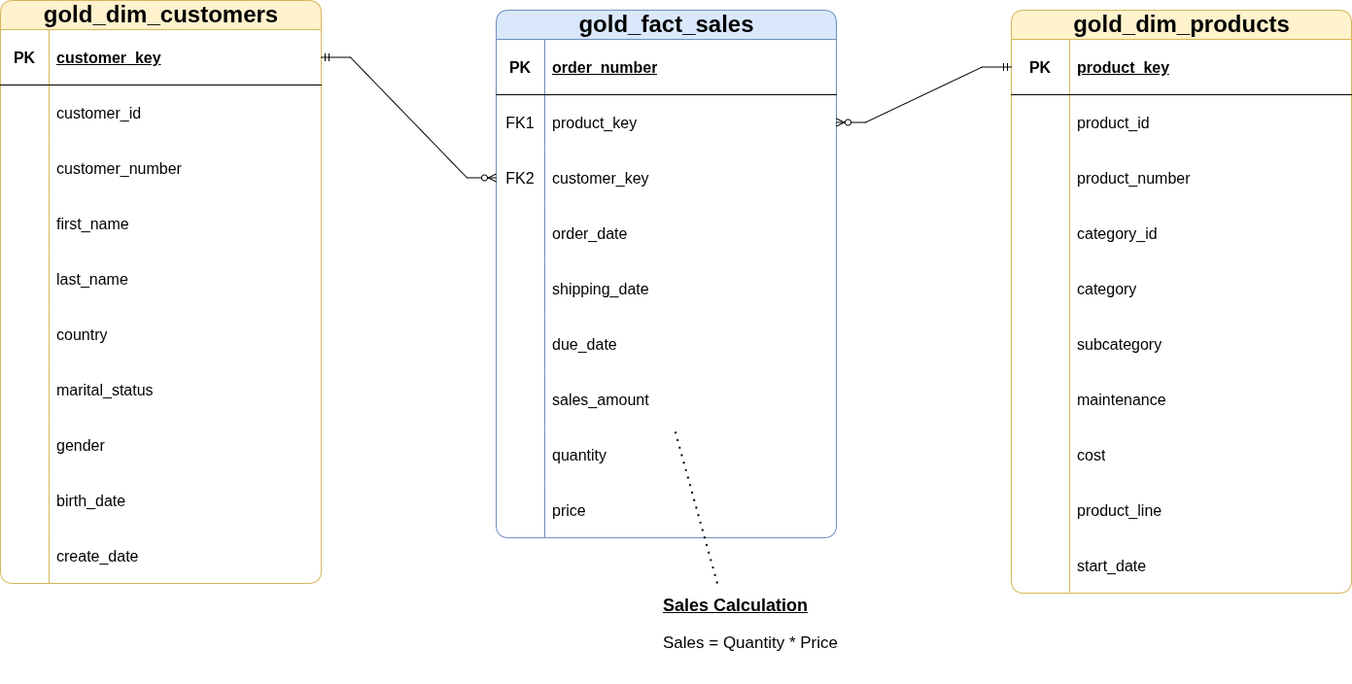
Before: documents/Data_Model.png, a diagram exported from draw.io (DominicSamoes/data_warehouse). Source tidied: cells renumbered, new cells last; positions are measured from the earlier drawing's top-left corner, leaving out a move shared by most shapes.
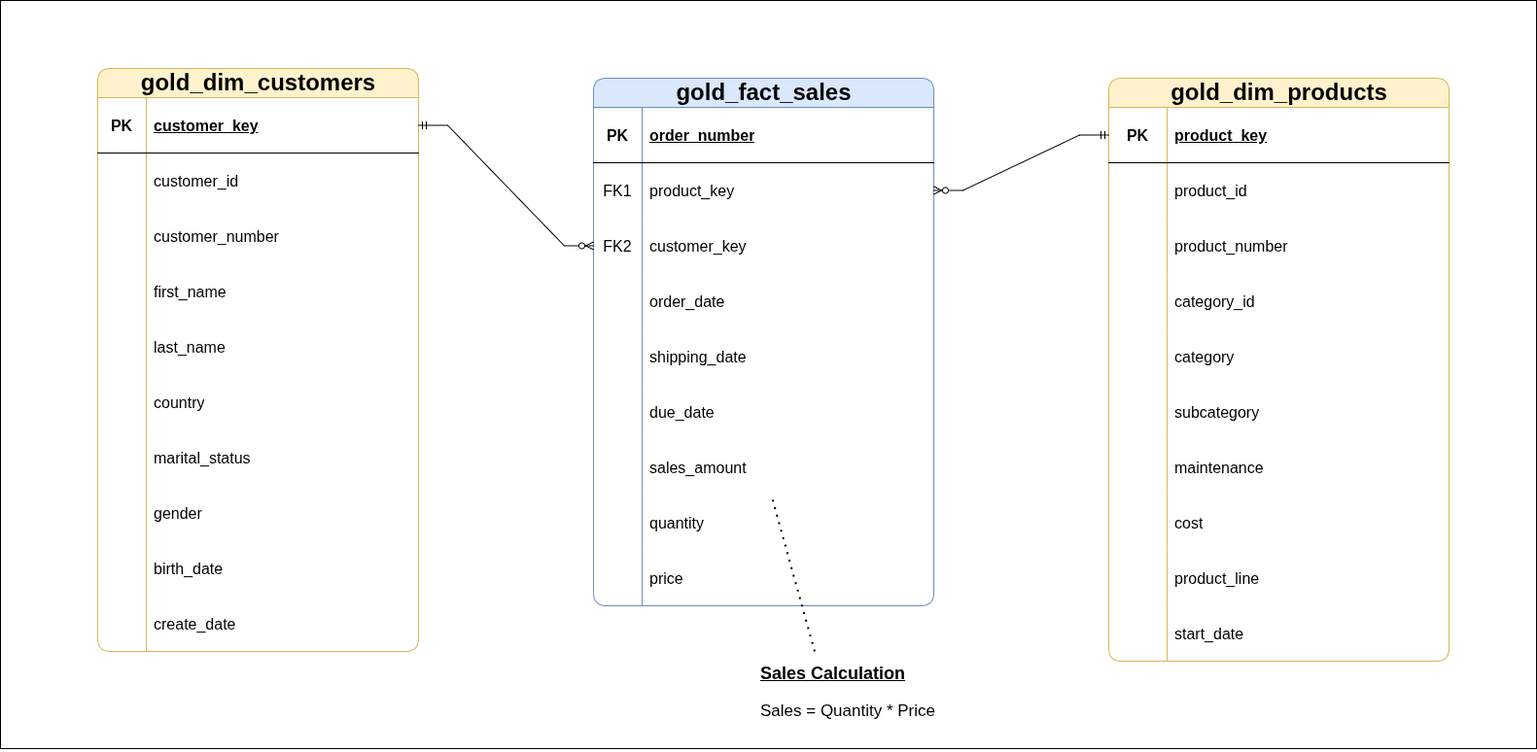
Above is the later version.

Change to the diagram source:
```diff
@@ -2,6 +2,9 @@
   <root>
     <mxCell id="0" />
     <mxCell id="1" parent="0" />
+    <mxCell id="96" style="rounded=0;whiteSpace=wrap;html=1;" parent="1" vertex="1">
+      <mxGeometry x="-100" y="-70" width="1580" height="770" as="geometry" />
+    </mxCell>
     <mxCell id="2" value="&lt;font style=&quot;font-size: 24px;&quot;&gt;gold_dim_customers&lt;/font&gt;" style="shape=table;startSize=30;rowLines=0;fontStyle=1;align=center;html=1;rounded=1;fillColor=#fff2cc;strokeColor=#d6b656;fontSize=16;" parent="1" vertex="1">
       <mxGeometry width="330" height="600" as="geometry" />
     </mxCell>
```
